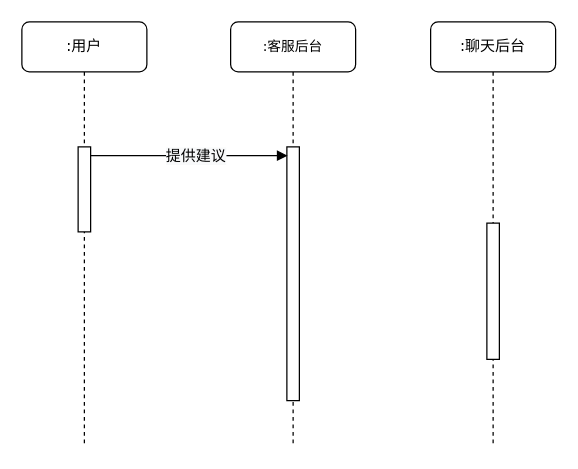
Above: 平台反馈顺序图.drawio in 200928/image (draw.io), before the change. Source tidied: cells renumbered, new cells numbered last; positions are measured from the earlier drawing's top-left corner, leaving out a move shared by most shapes. Both pictures are drawn from the tidied source at 125%, with x=0, y=0 at pixel (21, 21).
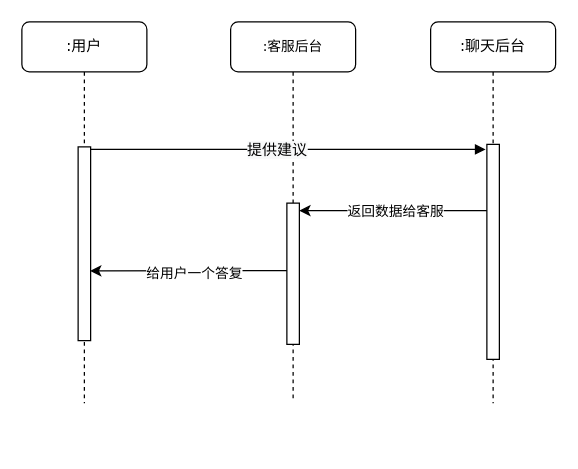
Above is the later version.

Commit message (it also covers changes not shown here):
更新平台反馈顺序图.drawio

Diff of the diagram source:
```diff
@@
     <mxCell id="2" value="&lt;font style=&quot;font-size: 11px ; line-height: 1.2&quot;&gt;:客服后台&lt;/font&gt;" style="shape=umlLifeline;perimeter=lifelinePerimeter;whiteSpace=wrap;html=1;rounded=1;shadow=0;comic=0;labelBackgroundColor=none;strokeWidth=1;fontFamily=Verdana;fontSize=12;align=center;" parent="1" vertex="1">
-      <mxGeometry x="167" width="100" height="338" as="geometry" />
+      <mxGeometry x="167" width="100" height="302" as="geometry" />
     </mxCell>
     <mxCell id="3" style="html=1;points=[];perimeter=orthogonalPerimeter;rounded=0;shadow=0;comic=0;labelBackgroundColor=none;strokeWidth=1;fontFamily=Verdana;fontSize=12;align=center;" parent="2" vertex="1">
-      <mxGeometry x="45" y="100" width="10" height="203" as="geometry" />
+      <mxGeometry x="45" y="145" width="10" height="113" as="geometry" />
     </mxCell>
     <mxCell id="4" value=":聊天后台" style="shape=umlLifeline;perimeter=lifelinePerimeter;whiteSpace=wrap;html=1;rounded=1;shadow=0;comic=0;labelBackgroundColor=none;strokeWidth=1;fontFamily=Verdana;fontSize=12;align=center;" parent="1" vertex="1">
-      <mxGeometry x="327" width="100" height="340" as="geometry" />
+      <mxGeometry x="327" width="100" height="305" as="geometry" />
     </mxCell>
     <mxCell id="5" style="html=1;points=[];perimeter=orthogonalPerimeter;rounded=0;shadow=0;comic=0;labelBackgroundColor=none;strokeWidth=1;fontFamily=Verdana;fontSize=12;align=center;" parent="4" vertex="1">
-      <mxGeometry x="45" y="161" width="10" height="109" as="geometry" />
+      <mxGeometry x="45" y="98" width="10" height="172" as="geometry" />
     </mxCell>
     <mxCell id="6" value=":用户" style="shape=umlLifeline;perimeter=lifelinePerimeter;whiteSpace=wrap;html=1;rounded=1;shadow=0;comic=0;labelBackgroundColor=none;strokeWidth=1;fontFamily=Verdana;fontSize=12;align=center;" parent="1" vertex="1">
-      <mxGeometry width="100" height="340" as="geometry" />
+      <mxGeometry width="100" height="305" as="geometry" />
     </mxCell>
     <mxCell id="7" style="html=1;points=[];perimeter=orthogonalPerimeter;rounded=0;shadow=0;comic=0;labelBackgroundColor=none;strokeWidth=1;fontFamily=Verdana;fontSize=12;align=center;" parent="6" vertex="1">
-      <mxGeometry x="45" y="100" width="10" height="68" as="geometry" />
+      <mxGeometry x="45" y="100" width="10" height="155" as="geometry" />
     </mxCell>
-    <mxCell id="8" style="html=1;verticalAlign=bottom;endArrow=block;entryX=0.06;entryY=0.033;labelBackgroundColor=none;fontFamily=Verdana;fontSize=12;edgeStyle=elbowEdgeStyle;elbow=vertical;entryDx=0;entryDy=0;entryPerimeter=0;" parent="1" edge="1" source="7" target="3">
-      <mxGeometry x="-0.03" y="-57" relative="1" as="geometry" />
+    <mxCell id="8" style="html=1;verticalAlign=bottom;endArrow=block;labelBackgroundColor=none;fontFamily=Verdana;fontSize=12;edgeStyle=elbowEdgeStyle;elbow=vertical;" parent="1" edge="1">
+      <mxGeometry x="-0.03" y="-57" relative="1" as="geometry">
+        <mxPoint x="55" y="102" as="sourcePoint" />
+        <mxPoint x="371" y="102" as="targetPoint" />
+      </mxGeometry>
     </mxCell>
@@
+    <mxCell id="10" style="edgeStyle=orthogonalEdgeStyle;rounded=0;jettySize=auto;html=1;" parent="1" edge="1" source="5">
+      <mxGeometry relative="1" as="geometry">
+        <mxPoint x="222" y="151" as="targetPoint" />
+        <Array as="points">
+          <mxPoint x="223" y="151" />
+        </Array>
+      </mxGeometry>
+    </mxCell>
+    <mxCell id="11" value="返回数据给客服" style="edgeLabel;html=1;align=center;verticalAlign=middle;" parent="10" vertex="1">
+      <mxGeometry x="0.15" y="1" relative="1" as="geometry">
+        <mxPoint x="12" y="-1" as="offset" />
+      </mxGeometry>
+    </mxCell>
+    <mxCell id="12" style="edgeStyle=orthogonalEdgeStyle;rounded=0;jettySize=auto;html=1;entryX=0.967;entryY=0.64;entryDx=0;entryDy=0;entryPerimeter=0;" parent="1" edge="1" source="3" target="7">
+      <mxGeometry relative="1" as="geometry">
+        <Array as="points">
+          <mxPoint x="181" y="199" />
+          <mxPoint x="181" y="199" />
+        </Array>
+      </mxGeometry>
+    </mxCell>
+    <mxCell id="13" value="给用户一个答复" style="edgeLabel;html=1;align=center;verticalAlign=middle;" parent="12" vertex="1">
+      <mxGeometry x="0.27" y="1" relative="1" as="geometry">
+        <mxPoint x="25" as="offset" />
+      </mxGeometry>
+    </mxCell>
```
